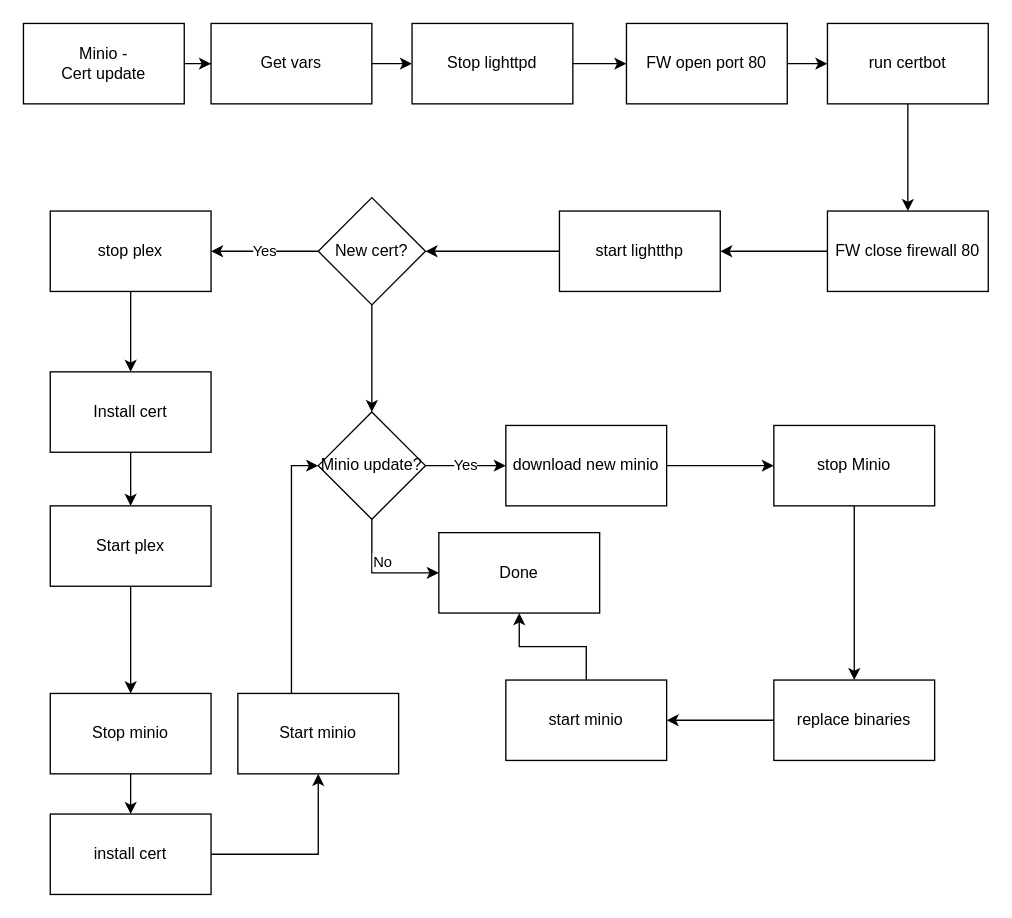
uroszajc/ansible keeps this draw.io diagram as local-home/cert_renew/cert update.drawio. Above is the earlier version. Source tidied: cells renumbered, new cells numbered last; positions are measured from the earlier drawing's top-left corner, leaving out a move shared by most shapes. Both pictures are drawn from the tidied source at 134%, with x=0, y=0 at pixel (23, 23).
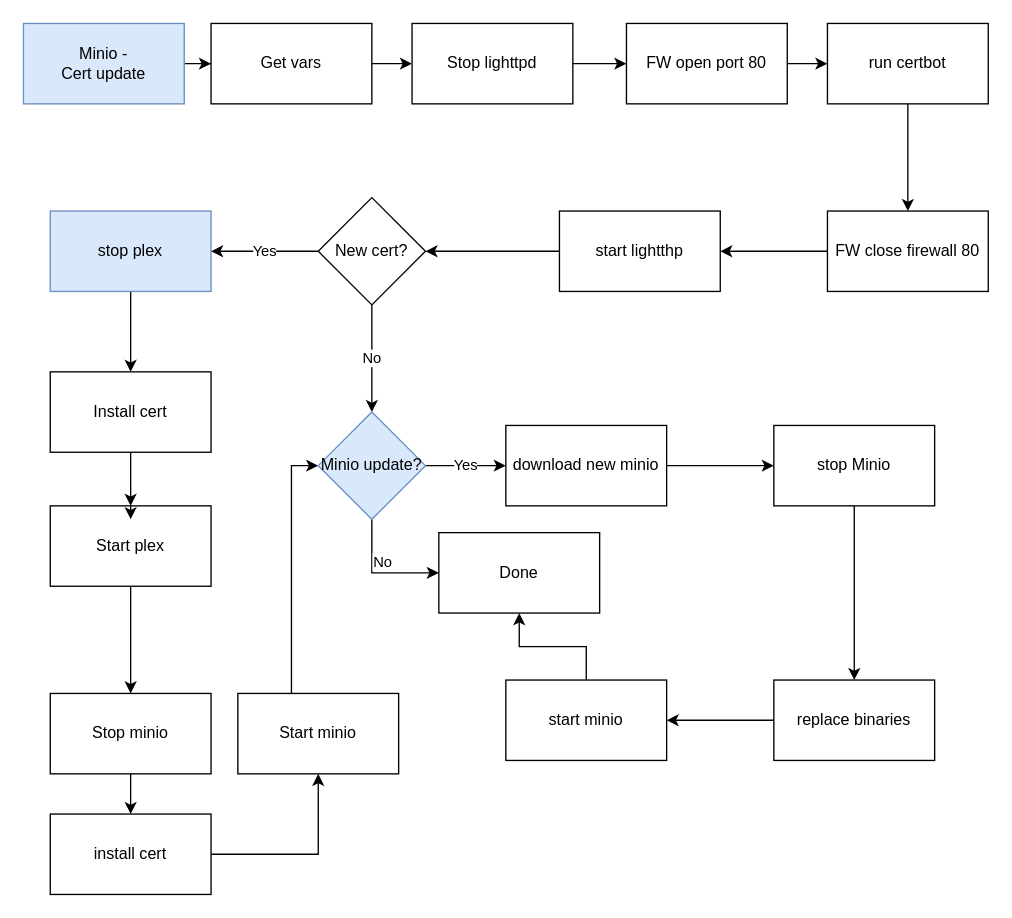
The same page after the edit.

The change refers to these unchanged cells:
```xml
<mxCell id="19" value="Start plex" style="whiteSpace=wrap;html=1;rounded=0;" parent="1" vertex="1">
  <mxGeometry x="20" y="360" width="120" height="60" as="geometry" />
</mxCell>
<mxCell id="22" value="New cert?" style="rhombus;whiteSpace=wrap;html=1;rounded=0;" parent="1" vertex="1">
  <mxGeometry x="220" y="130" width="80" height="80" as="geometry" />
</mxCell>
```

What changed in the source:
```diff
@@
-    <mxCell id="3" value="Minio - &lt;br&gt;Cert update" style="rounded=0;whiteSpace=wrap;html=1;" parent="1" vertex="1">
+    <mxCell id="3" value="Minio - &lt;br&gt;Cert update" style="rounded=0;whiteSpace=wrap;html=1;fillColor=#dae8fc;strokeColor=#6c8ebf;" parent="1" vertex="1">
       <mxGeometry width="120" height="60" as="geometry" />
     </mxCell>
@@
-    <mxCell id="15" value="stop plex" style="whiteSpace=wrap;html=1;rounded=0;" parent="1" vertex="1">
+    <mxCell id="15" value="stop plex" style="whiteSpace=wrap;html=1;rounded=0;fillColor=#dae8fc;strokeColor=#6c8ebf;" parent="1" vertex="1">
       <mxGeometry x="20" y="140" width="120" height="60" as="geometry" />
     </mxCell>
@@
-    <mxCell id="21" style="edgeStyle=orthogonalEdgeStyle;rounded=0;jettySize=auto;html=1;" parent="1" edge="1" source="22" target="33">
+    <mxCell id="21" value="No" style="edgeStyle=orthogonalEdgeStyle;rounded=0;jettySize=auto;html=1;" parent="1" edge="1" source="22" target="33">
       <mxGeometry relative="1" as="geometry" />
     </mxCell>
@@
-    <mxCell id="33" value="Minio update?" style="rhombus;whiteSpace=wrap;html=1;rounded=0;" parent="1" vertex="1">
+    <mxCell id="33" value="Minio update?" style="rhombus;whiteSpace=wrap;html=1;rounded=0;fillColor=#dae8fc;strokeColor=#6c8ebf;" parent="1" vertex="1">
       <mxGeometry x="220" y="290" width="80" height="80" as="geometry" />
     </mxCell>
@@
+    <mxCell id="44" style="edgeStyle=orthogonalEdgeStyle;rounded=0;orthogonalLoop=1;jettySize=auto;html=1;exitX=0.5;exitY=0;exitDx=0;exitDy=0;entryX=0.5;entryY=0.167;entryDx=0;entryDy=0;entryPerimeter=0;" parent="1" edge="1" source="19" target="19">
+      <mxGeometry relative="1" as="geometry" />
+    </mxCell>
```
